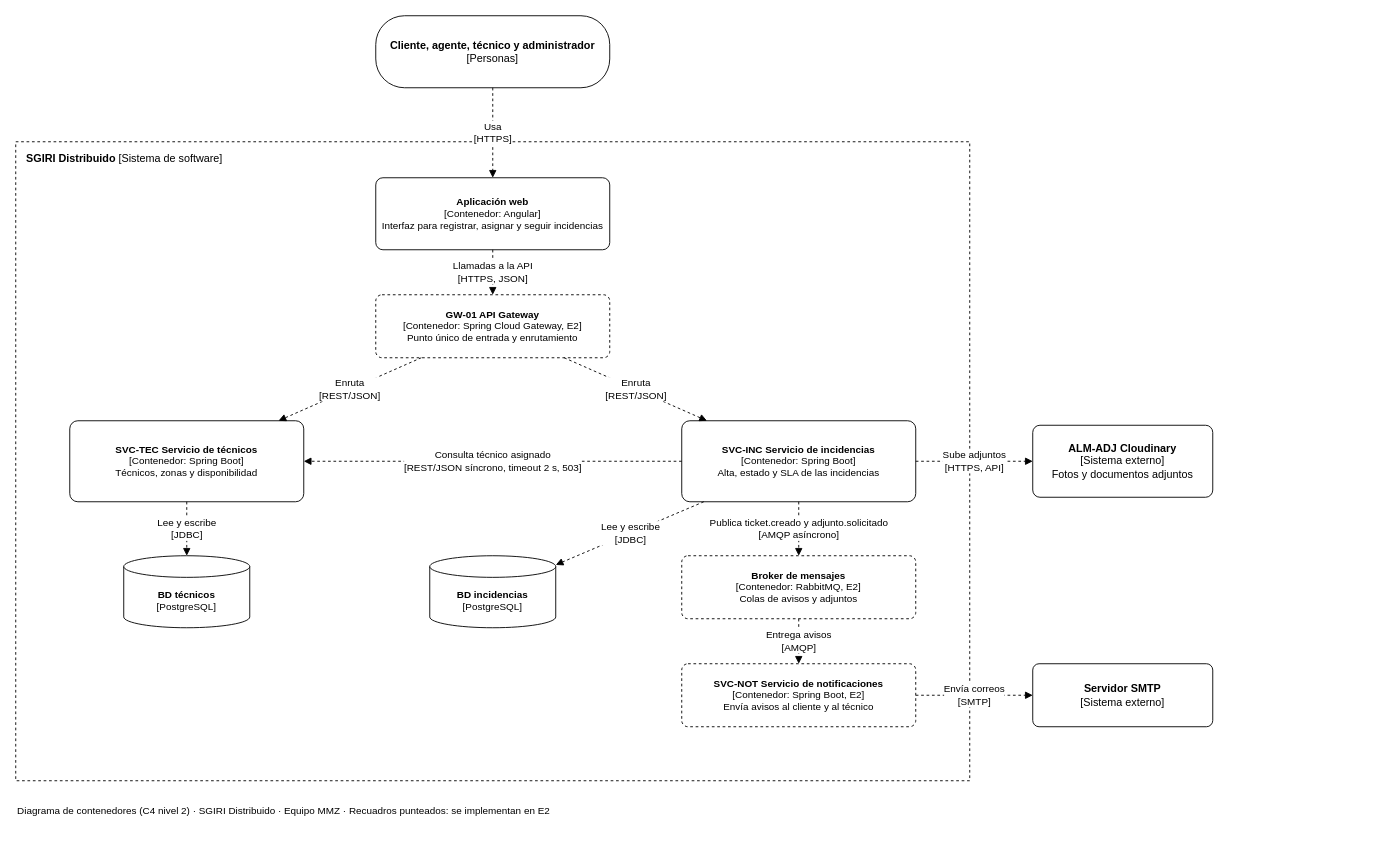
This is docs/diagramas/C4-nivel-2-SGIRI.drawio from Amendozab5/sgiri-distribuido, a draw.io file, before an edit. Source tidied: cells renumbered, new cells numbered last; positions are measured from the earlier drawing's top-left corner, leaving out a move shared by most shapes. Both pictures are drawn from the tidied source at 90%, with x=0, y=0 at pixel (15, 15).
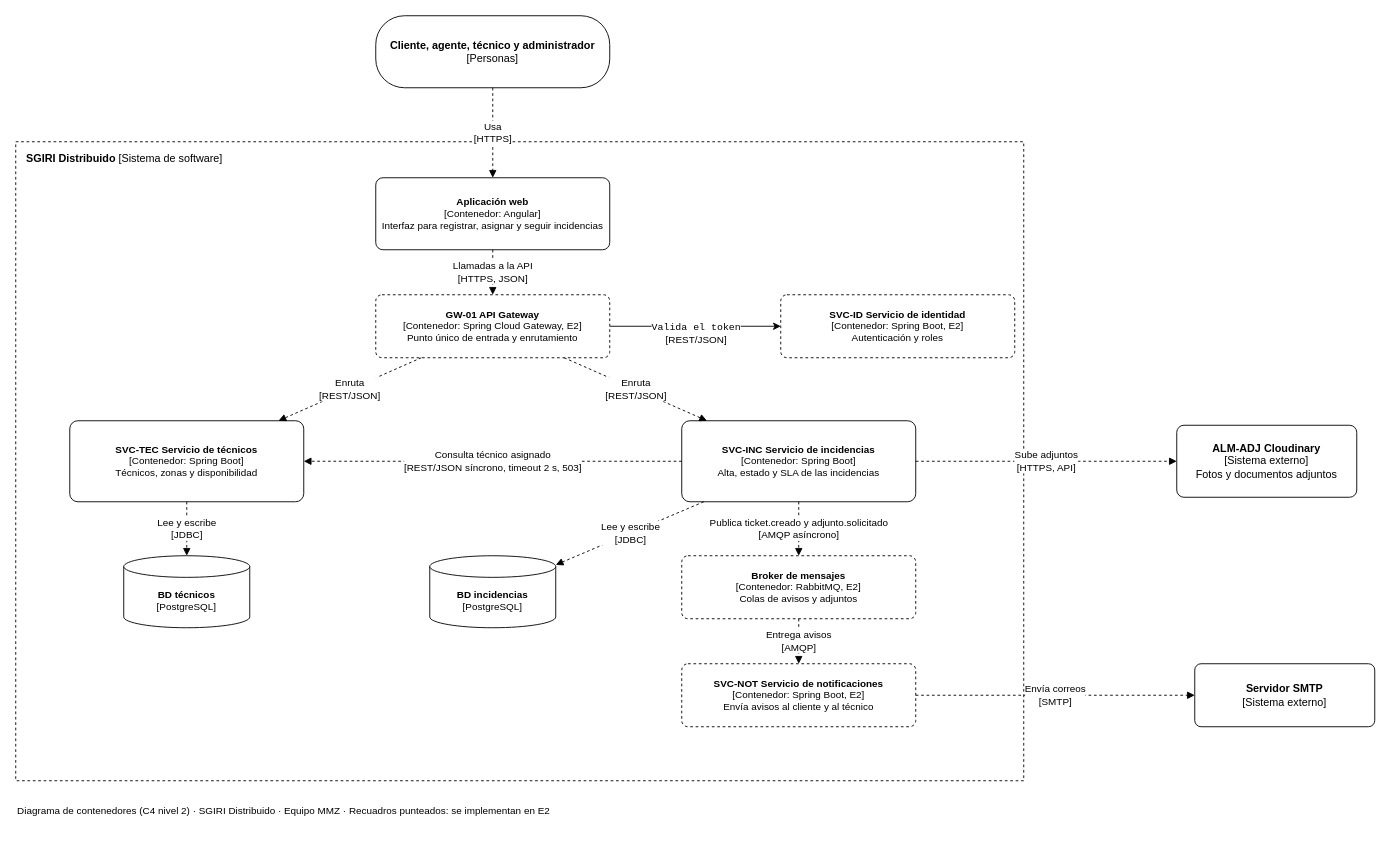
The same diagram, later.

Commit message (it also covers changes not shown here):
Arreglar diagrama

The change refers to these unchanged cells:
```xml
<mxCell id="6" value="&lt;b&gt;GW-01 API Gateway&lt;/b&gt;&lt;br&gt;[Contenedor: Spring Cloud Gateway, E2]&lt;br&gt;Punto único de entrada y enrutamiento" style="rounded=1;whiteSpace=wrap;html=1;dashed=1;fontSize=11;arcSize=10;" parent="1" vertex="1">
  <mxGeometry x="400" y="310" width="260" height="70" as="geometry" />
</mxCell>
```

The edit, as a diff of the source:
```diff
@@
     <mxCell id="2" style="rounded=0;whiteSpace=wrap;html=1;dashed=1;" parent="1" vertex="1">
-      <mxGeometry y="140" width="1060" height="710" as="geometry" />
+      <mxGeometry y="140" width="1120" height="710" as="geometry" />
     </mxCell>
@@
+    <mxCell id="27" style="edgeStyle=orthogonalEdgeStyle;rounded=0;jettySize=auto;html=1;defaultLabelBackgroundColor=page;labelPadding=0 4;" parent="1" edge="1" source="6" target="29">
+      <mxGeometry relative="1" as="geometry" />
+    </mxCell>
+    <mxCell id="28" value="&lt;font face=&quot;Helvetica&quot;&gt;&lt;code dir=&quot;ltr&quot;&gt;Valida el token&lt;/code&gt;&lt;br&gt;&lt;/font&gt;&lt;div&gt;&lt;code dir=&quot;ltr&quot;&gt;&lt;font face=&quot;Helvetica&quot;&gt;[REST/JSON]&lt;/font&gt;&lt;/code&gt;&lt;/div&gt;&lt;div&gt;&lt;code dir=&quot;ltr&quot;&gt;&lt;br&gt;&lt;/code&gt;&lt;/div&gt;" style="edgeLabel;html=1;align=center;verticalAlign=middle;inheritText=1;defaultLabelBackgroundColor=page;labelPadding=0 4;" parent="27" vertex="1">
+      <mxGeometry x="0.32" y="-2" relative="1" as="geometry">
+        <mxPoint x="-30" y="13" as="offset" />
+      </mxGeometry>
+    </mxCell>
@@
     <mxCell id="13" value="&lt;b&gt;ALM-ADJ Cloudinary&lt;/b&gt;&lt;br&gt;[Sistema externo]&lt;br&gt;Fotos y documentos adjuntos" style="rounded=1;whiteSpace=wrap;html=1;fontSize=12;arcSize=10;" parent="1" vertex="1">
-      <mxGeometry x="1130" y="455" width="200" height="80" as="geometry" />
+      <mxGeometry x="1290" y="455" width="200" height="80" as="geometry" />
     </mxCell>
     <mxCell id="14" value="&lt;b&gt;Servidor SMTP&lt;/b&gt;&lt;br&gt;[Sistema externo]" style="rounded=1;whiteSpace=wrap;html=1;fontSize=12;arcSize=10;" parent="1" vertex="1">
-      <mxGeometry x="1130" y="720" width="200" height="70" as="geometry" />
+      <mxGeometry x="1310" y="720" width="200" height="70" as="geometry" />
     </mxCell>
@@
+    <mxCell id="29" value="&lt;div&gt;&lt;b&gt;SVC-ID Servicio de identidad&lt;/b&gt;&lt;/div&gt;&lt;div&gt;[Contenedor: Spring Boot, E2]&lt;/div&gt;&lt;div&gt;Autenticación y roles&lt;/div&gt;" style="rounded=1;whiteSpace=wrap;html=1;dashed=1;fontSize=11;arcSize=10;" parent="1" vertex="1">
+      <mxGeometry x="850" y="310" width="260" height="70" as="geometry" />
+    </mxCell>
```
